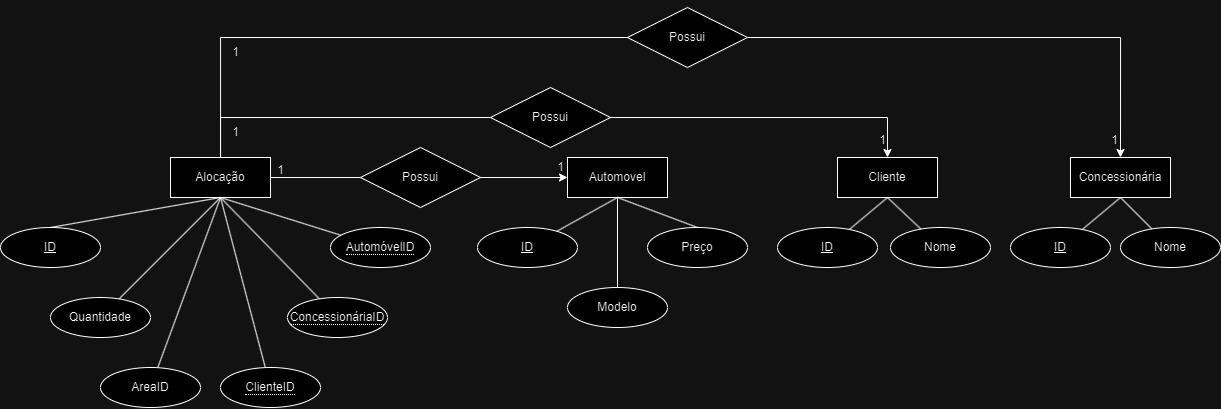
Earlier version of the draw.io export 01-Projects/aula 08 - 01-10-24/docs/DERFabrica.png (Vinimanzano/Senai2024). Source tidied: cells renumbered, new cells last; positions are measured from the earlier drawing's top-left corner, leaving out a move shared by most shapes.
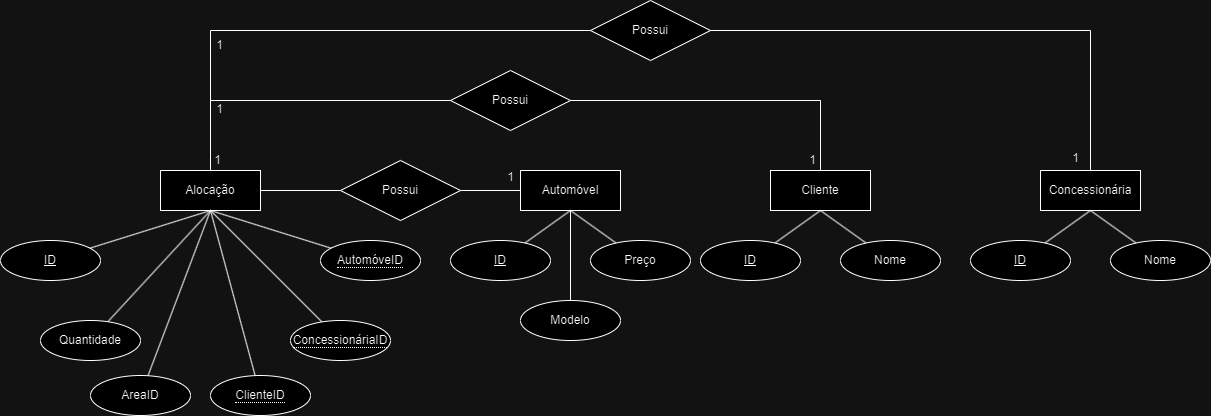
The same diagram one commit later.

Diff of the diagram source:
```diff
@@ -2,175 +2,152 @@
   <root>
     <mxCell id="0" />
     <mxCell id="1" parent="0" />
-    <mxCell id="2" style="edgeStyle=orthogonalEdgeStyle;rounded=0;jettySize=auto;html=1;entryX=0;entryY=0.5;entryDx=0;entryDy=0;" parent="1" edge="1" source="5" target="18">
-      <mxGeometry relative="1" as="geometry" />
-    </mxCell>
-    <mxCell id="3" style="edgeStyle=orthogonalEdgeStyle;rounded=0;jettySize=auto;html=1;entryX=0.5;entryY=0;entryDx=0;entryDy=0;" parent="1" edge="1" source="37" target="19">
-      <mxGeometry relative="1" as="geometry">
-        <Array as="points">
-          <mxPoint x="887" y="110" />
-        </Array>
-      </mxGeometry>
-    </mxCell>
-    <mxCell id="4" style="edgeStyle=orthogonalEdgeStyle;rounded=0;jettySize=auto;html=1;entryX=0.5;entryY=0;entryDx=0;entryDy=0;" parent="1" edge="1" source="39" target="30">
-      <mxGeometry relative="1" as="geometry">
-        <Array as="points">
-          <mxPoint x="1120" y="30" />
-        </Array>
-      </mxGeometry>
-    </mxCell>
+    <mxCell id="46" style="edgeStyle=orthogonalEdgeStyle;rounded=0;jettySize=auto;html=1;entryX=0.5;entryY=0;entryDx=0;entryDy=0;endArrow=none;endFill=0;" parent="1" edge="1" source="5" target="30">
+      <mxGeometry relative="1" as="geometry">
+        <Array as="points">
+          <mxPoint x="830" y="130" />
+          <mxPoint x="1710" y="130" />
+        </Array>
+      </mxGeometry>
+    </mxCell>
+    <mxCell id="47" style="edgeStyle=orthogonalEdgeStyle;rounded=0;jettySize=auto;html=1;entryX=0.5;entryY=0;entryDx=0;entryDy=0;endArrow=none;endFill=0;" parent="1" edge="1" source="5" target="19">
+      <mxGeometry relative="1" as="geometry">
+        <Array as="points">
+          <mxPoint x="830" y="200" />
+          <mxPoint x="1440" y="200" />
+        </Array>
+      </mxGeometry>
+    </mxCell>
+    <mxCell id="48" style="edgeStyle=orthogonalEdgeStyle;rounded=0;jettySize=auto;html=1;entryX=0;entryY=0.5;entryDx=0;entryDy=0;endArrow=none;endFill=0;" parent="1" edge="1" source="73" target="49">
+      <mxGeometry relative="1" as="geometry" />
+    </mxCell>
     <mxCell id="5" value="Alocação" style="whiteSpace=wrap;html=1;align=center;" parent="1" vertex="1">
-      <mxGeometry x="170" y="150" width="100" height="40" as="geometry" />
+      <mxGeometry x="780" y="270" width="100" height="40" as="geometry" />
     </mxCell>
-    <mxCell id="6" style="rounded=0;jettySize=auto;html=1;exitX=0.5;exitY=0;exitDx=0;exitDy=0;entryX=0.5;entryY=1;entryDx=0;entryDy=0;endArrow=none;endFill=0;" parent="1" edge="1" source="7" target="5">
-      <mxGeometry relative="1" as="geometry" />
-    </mxCell>
-    <mxCell id="7" value="ID" style="ellipse;whiteSpace=wrap;html=1;align=center;fontStyle=4;" parent="1" vertex="1">
-      <mxGeometry y="220" width="100" height="40" as="geometry" />
-    </mxCell>
-    <mxCell id="8" style="rounded=0;jettySize=auto;html=1;endArrow=none;endFill=0;" parent="1" edge="1" source="9">
-      <mxGeometry relative="1" as="geometry">
-        <mxPoint x="220" y="190" as="targetPoint" />
-      </mxGeometry>
-    </mxCell>
+    <mxCell id="49" value="Automóvel" style="whiteSpace=wrap;html=1;align=center;" parent="1" vertex="1">
+      <mxGeometry x="1140" y="270" width="100" height="40" as="geometry" />
+    </mxCell>
+    <mxCell id="19" value="Cliente" style="whiteSpace=wrap;html=1;align=center;" parent="1" vertex="1">
+      <mxGeometry x="1390" y="270" width="100" height="40" as="geometry" />
+    </mxCell>
+    <mxCell id="50" style="rounded=0;jettySize=auto;html=1;entryX=0.5;entryY=1;entryDx=0;entryDy=0;endArrow=none;endFill=0;" parent="1" edge="1" source="15" target="5">
+      <mxGeometry relative="1" as="geometry" />
+    </mxCell>
+    <mxCell id="15" value="&lt;span style=&quot;border-bottom: 1px dotted&quot;&gt;ClienteID&lt;/span&gt;" style="ellipse;whiteSpace=wrap;html=1;align=center;" parent="1" vertex="1">
+      <mxGeometry x="830" y="475" width="100" height="40" as="geometry" />
+    </mxCell>
+    <mxCell id="51" style="rounded=0;jettySize=auto;html=1;endArrow=none;endFill=0;" parent="1" edge="1" source="52">
+      <mxGeometry relative="1" as="geometry">
+        <mxPoint x="830" y="310" as="targetPoint" />
+      </mxGeometry>
+    </mxCell>
+    <mxCell id="52" value="&lt;span style=&quot;border-bottom: 1px dotted&quot;&gt;AutomóveID&lt;/span&gt;" style="ellipse;whiteSpace=wrap;html=1;align=center;" parent="1" vertex="1">
+      <mxGeometry x="940" y="340" width="100" height="40" as="geometry" />
+    </mxCell>
+    <mxCell id="53" style="rounded=0;jettySize=auto;html=1;endArrow=none;endFill=0;" parent="1" edge="1" source="17">
+      <mxGeometry relative="1" as="geometry">
+        <mxPoint x="830" y="310" as="targetPoint" />
+      </mxGeometry>
+    </mxCell>
+    <mxCell id="17" value="&lt;span style=&quot;border-bottom: 1px dotted&quot;&gt;ConcessionáriaID&lt;/span&gt;" style="ellipse;whiteSpace=wrap;html=1;align=center;" parent="1" vertex="1">
+      <mxGeometry x="910" y="420" width="100" height="40" as="geometry" />
+    </mxCell>
+    <mxCell id="54" style="rounded=0;jettySize=auto;html=1;entryX=0.5;entryY=1;entryDx=0;entryDy=0;endArrow=none;endFill=0;" parent="1" edge="1" source="55" target="5">
+      <mxGeometry relative="1" as="geometry" />
+    </mxCell>
+    <mxCell id="55" value="ID" style="ellipse;whiteSpace=wrap;html=1;align=center;fontStyle=4;" parent="1" vertex="1">
+      <mxGeometry x="620" y="340" width="100" height="40" as="geometry" />
+    </mxCell>
+    <mxCell id="56" style="rounded=0;jettySize=auto;html=1;endArrow=none;endFill=0;" parent="1" edge="1" source="9">
+      <mxGeometry relative="1" as="geometry">
+        <mxPoint x="830" y="310" as="targetPoint" />
+      </mxGeometry>
+    </mxCell>
     <mxCell id="9" value="Quantidade" style="ellipse;whiteSpace=wrap;html=1;align=center;" parent="1" vertex="1">
-      <mxGeometry x="50" y="290" width="100" height="40" as="geometry" />
+      <mxGeometry x="660" y="420" width="100" height="40" as="geometry" />
     </mxCell>
-    <mxCell id="10" style="rounded=0;jettySize=auto;html=1;endArrow=none;endFill=0;" parent="1" edge="1" source="11">
-      <mxGeometry relative="1" as="geometry">
-        <mxPoint x="220" y="190" as="targetPoint" />
-      </mxGeometry>
-    </mxCell>
-    <mxCell id="11" value="&lt;span style=&quot;border-bottom: 1px dotted&quot;&gt;AutomóvelID&lt;/span&gt;" style="ellipse;whiteSpace=wrap;html=1;align=center;" parent="1" vertex="1">
-      <mxGeometry x="330" y="220" width="100" height="40" as="geometry" />
-    </mxCell>
-    <mxCell id="12" style="rounded=0;jettySize=auto;html=1;endArrow=none;endFill=0;" parent="1" edge="1" source="13">
-      <mxGeometry relative="1" as="geometry">
-        <mxPoint x="220" y="190" as="targetPoint" />
-      </mxGeometry>
-    </mxCell>
+    <mxCell id="57" style="rounded=0;jettySize=auto;html=1;endArrow=none;endFill=0;" parent="1" edge="1" source="13">
+      <mxGeometry relative="1" as="geometry">
+        <mxPoint x="830" y="310" as="targetPoint" />
+      </mxGeometry>
+    </mxCell>
     <mxCell id="13" value="AreaID" style="ellipse;whiteSpace=wrap;html=1;align=center;" parent="1" vertex="1">
-      <mxGeometry x="100" y="360" width="100" height="40" as="geometry" />
+      <mxGeometry x="710" y="475" width="100" height="40" as="geometry" />
     </mxCell>
-    <mxCell id="14" style="rounded=0;jettySize=auto;html=1;endArrow=none;endFill=0;" parent="1" edge="1" source="15">
-      <mxGeometry relative="1" as="geometry">
-        <mxPoint x="220" y="190" as="targetPoint" />
-      </mxGeometry>
-    </mxCell>
-    <mxCell id="15" value="&lt;span style=&quot;border-bottom: 1px dotted&quot;&gt;ClienteID&lt;/span&gt;" style="ellipse;whiteSpace=wrap;html=1;align=center;" parent="1" vertex="1">
-      <mxGeometry x="220" y="360" width="100" height="40" as="geometry" />
-    </mxCell>
-    <mxCell id="16" style="rounded=0;jettySize=auto;html=1;endArrow=none;endFill=0;" parent="1" edge="1" source="17">
-      <mxGeometry relative="1" as="geometry">
-        <mxPoint x="220" y="190" as="targetPoint" />
-      </mxGeometry>
-    </mxCell>
-    <mxCell id="17" value="&lt;span style=&quot;border-bottom: 1px dotted&quot;&gt;ConcessionáriaID&lt;/span&gt;" style="ellipse;whiteSpace=wrap;html=1;align=center;" parent="1" vertex="1">
-      <mxGeometry x="287" y="290" width="100" height="40" as="geometry" />
-    </mxCell>
-    <mxCell id="18" value="Automovel" style="whiteSpace=wrap;html=1;align=center;" parent="1" vertex="1">
-      <mxGeometry x="567" y="150" width="100" height="40" as="geometry" />
-    </mxCell>
-    <mxCell id="19" value="Cliente" style="whiteSpace=wrap;html=1;align=center;" parent="1" vertex="1">
-      <mxGeometry x="837" y="150" width="100" height="40" as="geometry" />
-    </mxCell>
-    <mxCell id="20" style="rounded=0;jettySize=auto;html=1;entryX=0.5;entryY=1;entryDx=0;entryDy=0;endArrow=none;endFill=0;" parent="1" edge="1" source="21" target="18">
-      <mxGeometry relative="1" as="geometry" />
-    </mxCell>
-    <mxCell id="21" value="ID" style="ellipse;whiteSpace=wrap;html=1;align=center;fontStyle=4;" parent="1" vertex="1">
-      <mxGeometry x="477" y="220" width="100" height="40" as="geometry" />
-    </mxCell>
-    <mxCell id="22" style="rounded=0;jettySize=auto;html=1;endArrow=none;endFill=0;" parent="1" edge="1" source="23">
-      <mxGeometry relative="1" as="geometry">
-        <mxPoint x="617" y="190" as="targetPoint" />
-      </mxGeometry>
-    </mxCell>
+    <mxCell id="58" style="rounded=0;jettySize=auto;html=1;entryX=0.5;entryY=1;entryDx=0;entryDy=0;endArrow=none;endFill=0;" parent="1" edge="1" source="59" target="49">
+      <mxGeometry relative="1" as="geometry" />
+    </mxCell>
+    <mxCell id="59" value="ID" style="ellipse;whiteSpace=wrap;html=1;align=center;fontStyle=4;" parent="1" vertex="1">
+      <mxGeometry x="1070" y="340" width="100" height="40" as="geometry" />
+    </mxCell>
+    <mxCell id="60" style="rounded=0;jettySize=auto;html=1;entryX=0.5;entryY=1;entryDx=0;entryDy=0;endArrow=none;endFill=0;" parent="1" edge="1" source="23" target="49">
+      <mxGeometry relative="1" as="geometry" />
+    </mxCell>
     <mxCell id="23" value="Modelo" style="ellipse;whiteSpace=wrap;html=1;align=center;" parent="1" vertex="1">
-      <mxGeometry x="567" y="280" width="100" height="40" as="geometry" />
+      <mxGeometry x="1140" y="400" width="100" height="40" as="geometry" />
     </mxCell>
-    <mxCell id="24" style="rounded=0;jettySize=auto;html=1;endArrow=none;endFill=0;exitX=0.5;exitY=0;exitDx=0;exitDy=0;" parent="1" edge="1" source="25">
-      <mxGeometry relative="1" as="geometry">
-        <mxPoint x="617" y="190" as="targetPoint" />
-      </mxGeometry>
-    </mxCell>
+    <mxCell id="61" style="rounded=0;jettySize=auto;html=1;entryX=0.5;entryY=1;entryDx=0;entryDy=0;endArrow=none;endFill=0;" parent="1" edge="1" source="25" target="49">
+      <mxGeometry relative="1" as="geometry" />
+    </mxCell>
     <mxCell id="25" value="Preço" style="ellipse;whiteSpace=wrap;html=1;align=center;" parent="1" vertex="1">
-      <mxGeometry x="647" y="220" width="100" height="40" as="geometry" />
+      <mxGeometry x="1210" y="340" width="100" height="40" as="geometry" />
     </mxCell>
-    <mxCell id="26" style="rounded=0;jettySize=auto;html=1;endArrow=none;endFill=0;" parent="1" edge="1" source="27">
-      <mxGeometry relative="1" as="geometry">
-        <mxPoint x="887" y="190" as="targetPoint" />
-      </mxGeometry>
-    </mxCell>
-    <mxCell id="27" value="ID" style="ellipse;whiteSpace=wrap;html=1;align=center;fontStyle=4;" parent="1" vertex="1">
-      <mxGeometry x="777" y="220" width="100" height="40" as="geometry" />
-    </mxCell>
-    <mxCell id="28" style="rounded=0;jettySize=auto;html=1;endArrow=none;endFill=0;" parent="1" edge="1" source="29">
-      <mxGeometry relative="1" as="geometry">
-        <mxPoint x="887" y="190" as="targetPoint" />
-      </mxGeometry>
-    </mxCell>
-    <mxCell id="29" value="Nome" style="ellipse;whiteSpace=wrap;html=1;align=center;" parent="1" vertex="1">
-      <mxGeometry x="890" y="220" width="100" height="40" as="geometry" />
-    </mxCell>
+    <mxCell id="62" style="rounded=0;jettySize=auto;html=1;entryX=0.5;entryY=1;entryDx=0;entryDy=0;endArrow=none;endFill=0;" parent="1" edge="1" source="63" target="19">
+      <mxGeometry relative="1" as="geometry" />
+    </mxCell>
+    <mxCell id="63" value="ID" style="ellipse;whiteSpace=wrap;html=1;align=center;fontStyle=4;" parent="1" vertex="1">
+      <mxGeometry x="1320" y="340" width="100" height="40" as="geometry" />
+    </mxCell>
+    <mxCell id="64" style="rounded=0;jettySize=auto;html=1;entryX=0.5;entryY=1;entryDx=0;entryDy=0;endArrow=none;endFill=0;" parent="1" edge="1" source="65" target="19">
+      <mxGeometry relative="1" as="geometry" />
+    </mxCell>
+    <mxCell id="65" value="Nome" style="ellipse;whiteSpace=wrap;html=1;align=center;" parent="1" vertex="1">
+      <mxGeometry x="1460" y="340" width="100" height="40" as="geometry" />
+    </mxCell>
     <mxCell id="30" value="Concessionária" style="whiteSpace=wrap;html=1;align=center;" parent="1" vertex="1">
-      <mxGeometry x="1070" y="150" width="100" height="40" as="geometry" />
+      <mxGeometry x="1660" y="270" width="100" height="40" as="geometry" />
     </mxCell>
-    <mxCell id="31" style="rounded=0;jettySize=auto;html=1;endArrow=none;endFill=0;" parent="1" edge="1" source="32">
-      <mxGeometry relative="1" as="geometry">
-        <mxPoint x="1120" y="190" as="targetPoint" />
-      </mxGeometry>
-    </mxCell>
-    <mxCell id="32" value="ID" style="ellipse;whiteSpace=wrap;html=1;align=center;fontStyle=4;" parent="1" vertex="1">
-      <mxGeometry x="1010" y="220" width="100" height="40" as="geometry" />
-    </mxCell>
-    <mxCell id="33" style="rounded=0;jettySize=auto;html=1;endArrow=none;endFill=0;" parent="1" edge="1" source="34">
-      <mxGeometry relative="1" as="geometry">
-        <mxPoint x="1120" y="190" as="targetPoint" />
-      </mxGeometry>
-    </mxCell>
-    <mxCell id="34" value="Nome" style="ellipse;whiteSpace=wrap;html=1;align=center;" parent="1" vertex="1">
-      <mxGeometry x="1120" y="220" width="100" height="40" as="geometry" />
-    </mxCell>
-    <mxCell id="35" value="Possui" style="shape=rhombus;perimeter=rhombusPerimeter;whiteSpace=wrap;html=1;align=center;" parent="1" vertex="1">
-      <mxGeometry x="360" y="140" width="120" height="60" as="geometry" />
-    </mxCell>
-    <mxCell id="36" style="edgeStyle=orthogonalEdgeStyle;rounded=0;jettySize=auto;html=1;entryX=0.5;entryY=0;entryDx=0;entryDy=0;" parent="1" edge="1" source="5" target="37">
-      <mxGeometry relative="1" as="geometry">
-        <Array as="points">
-          <mxPoint x="220" y="110" />
-        </Array>
-      </mxGeometry>
-    </mxCell>
-    <mxCell id="37" value="Possui" style="shape=rhombus;perimeter=rhombusPerimeter;whiteSpace=wrap;html=1;align=center;" parent="1" vertex="1">
-      <mxGeometry x="490" y="80" width="120" height="60" as="geometry" />
-    </mxCell>
-    <mxCell id="38" style="edgeStyle=orthogonalEdgeStyle;rounded=0;jettySize=auto;html=1;entryX=0.5;entryY=0;entryDx=0;entryDy=0;" parent="1" edge="1" source="5" target="39">
-      <mxGeometry relative="1" as="geometry">
-        <Array as="points">
-          <mxPoint x="220" y="30" />
-        </Array>
-      </mxGeometry>
-    </mxCell>
-    <mxCell id="39" value="Possui" style="shape=rhombus;perimeter=rhombusPerimeter;whiteSpace=wrap;html=1;align=center;" parent="1" vertex="1">
-      <mxGeometry x="627" width="120" height="60" as="geometry" />
-    </mxCell>
-    <mxCell id="40" value="1" style="text;html=1;align=center;verticalAlign=middle;strokeColor=none;fillColor=none;" parent="1" vertex="1">
-      <mxGeometry x="265" y="148" width="30" height="30" as="geometry" />
-    </mxCell>
-    <mxCell id="41" value="1" style="text;html=1;align=center;verticalAlign=middle;strokeColor=none;fillColor=none;" parent="1" vertex="1">
-      <mxGeometry x="545" y="145" width="30" height="30" as="geometry" />
-    </mxCell>
-    <mxCell id="42" value="1" style="text;html=1;align=center;verticalAlign=middle;strokeColor=none;fillColor=none;" parent="1" vertex="1">
-      <mxGeometry x="220" y="110" width="30" height="30" as="geometry" />
-    </mxCell>
-    <mxCell id="43" value="1" style="text;html=1;align=center;verticalAlign=middle;strokeColor=none;fillColor=none;" parent="1" vertex="1">
-      <mxGeometry x="220" y="30" width="30" height="30" as="geometry" />
-    </mxCell>
-    <mxCell id="44" value="1" style="text;html=1;align=center;verticalAlign=middle;strokeColor=none;fillColor=none;" parent="1" vertex="1">
-      <mxGeometry x="867" y="118" width="30" height="30" as="geometry" />
-    </mxCell>
-    <mxCell id="45" value="1" style="text;html=1;align=center;verticalAlign=middle;strokeColor=none;fillColor=none;" parent="1" vertex="1">
-      <mxGeometry x="1099" y="118" width="30" height="30" as="geometry" />
-    </mxCell>
+    <mxCell id="66" style="rounded=0;jettySize=auto;html=1;entryX=0.5;entryY=1;entryDx=0;entryDy=0;endArrow=none;endFill=0;" parent="1" edge="1" source="67" target="30">
+      <mxGeometry relative="1" as="geometry" />
+    </mxCell>
+    <mxCell id="67" value="ID" style="ellipse;whiteSpace=wrap;html=1;align=center;fontStyle=4;" parent="1" vertex="1">
+      <mxGeometry x="1590" y="340" width="100" height="40" as="geometry" />
+    </mxCell>
+    <mxCell id="68" style="rounded=0;jettySize=auto;html=1;entryX=0.5;entryY=1;entryDx=0;entryDy=0;endArrow=none;endFill=0;" parent="1" edge="1" source="69" target="30">
+      <mxGeometry relative="1" as="geometry" />
+    </mxCell>
+    <mxCell id="69" value="Nome" style="ellipse;whiteSpace=wrap;html=1;align=center;" parent="1" vertex="1">
+      <mxGeometry x="1730" y="340" width="100" height="40" as="geometry" />
+    </mxCell>
+    <mxCell id="70" value="Possui" style="shape=rhombus;perimeter=rhombusPerimeter;whiteSpace=wrap;html=1;align=center;" parent="1" vertex="1">
+      <mxGeometry x="1210" y="100" width="120" height="60" as="geometry" />
+    </mxCell>
+    <mxCell id="71" value="Possui" style="shape=rhombus;perimeter=rhombusPerimeter;whiteSpace=wrap;html=1;align=center;" parent="1" vertex="1">
+      <mxGeometry x="1070" y="170" width="120" height="60" as="geometry" />
+    </mxCell>
+    <mxCell id="72" style="edgeStyle=orthogonalEdgeStyle;rounded=0;jettySize=auto;html=1;entryX=0;entryY=0.5;entryDx=0;entryDy=0;endArrow=none;endFill=0;" parent="1" edge="1" source="5" target="73">
+      <mxGeometry relative="1" as="geometry" />
+    </mxCell>
+    <mxCell id="73" value="Possui" style="shape=rhombus;perimeter=rhombusPerimeter;whiteSpace=wrap;html=1;align=center;" parent="1" vertex="1">
+      <mxGeometry x="960" y="260" width="120" height="60" as="geometry" />
+    </mxCell>
+    <mxCell id="74" value="1" style="text;html=1;align=center;verticalAlign=middle;strokeColor=none;fillColor=none;" parent="1" vertex="1">
+      <mxGeometry x="822" y="245" width="30" height="30" as="geometry" />
+    </mxCell>
+    <mxCell id="75" value="1" style="text;html=1;align=center;verticalAlign=middle;strokeColor=none;fillColor=none;" parent="1" vertex="1">
+      <mxGeometry x="824" y="194" width="30" height="30" as="geometry" />
+    </mxCell>
+    <mxCell id="76" value="1" style="text;html=1;align=center;verticalAlign=middle;strokeColor=none;fillColor=none;" parent="1" vertex="1">
+      <mxGeometry x="824" y="130" width="30" height="30" as="geometry" />
+    </mxCell>
+    <mxCell id="77" value="1" style="text;html=1;align=center;verticalAlign=middle;strokeColor=none;fillColor=none;" parent="1" vertex="1">
+      <mxGeometry x="1115" y="262" width="30" height="30" as="geometry" />
+    </mxCell>
+    <mxCell id="78" value="1" style="text;html=1;align=center;verticalAlign=middle;strokeColor=none;fillColor=none;" parent="1" vertex="1">
+      <mxGeometry x="1417" y="245" width="30" height="30" as="geometry" />
+    </mxCell>
+    <mxCell id="79" value="1" style="text;html=1;align=center;verticalAlign=middle;strokeColor=none;fillColor=none;" parent="1" vertex="1">
+      <mxGeometry x="1680" y="243" width="30" height="30" as="geometry" />
+    </mxCell>
   </root>
 </mxGraphModel>
```
